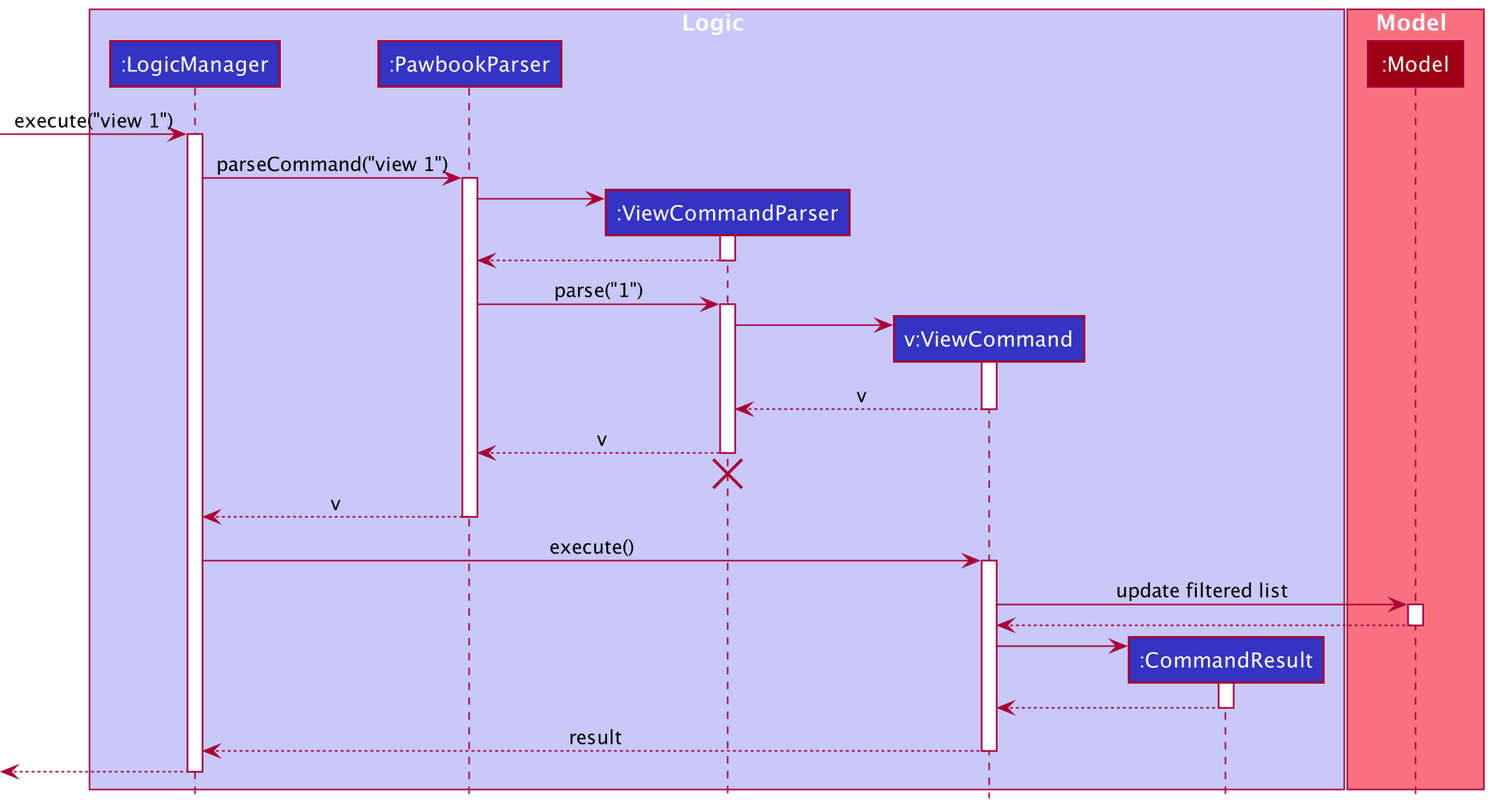
nus-cs2103-AY2021S2/tp keeps this PlantUML diagram as docs/images/ViewSequenceDiagram.png. Above is the earlier version.
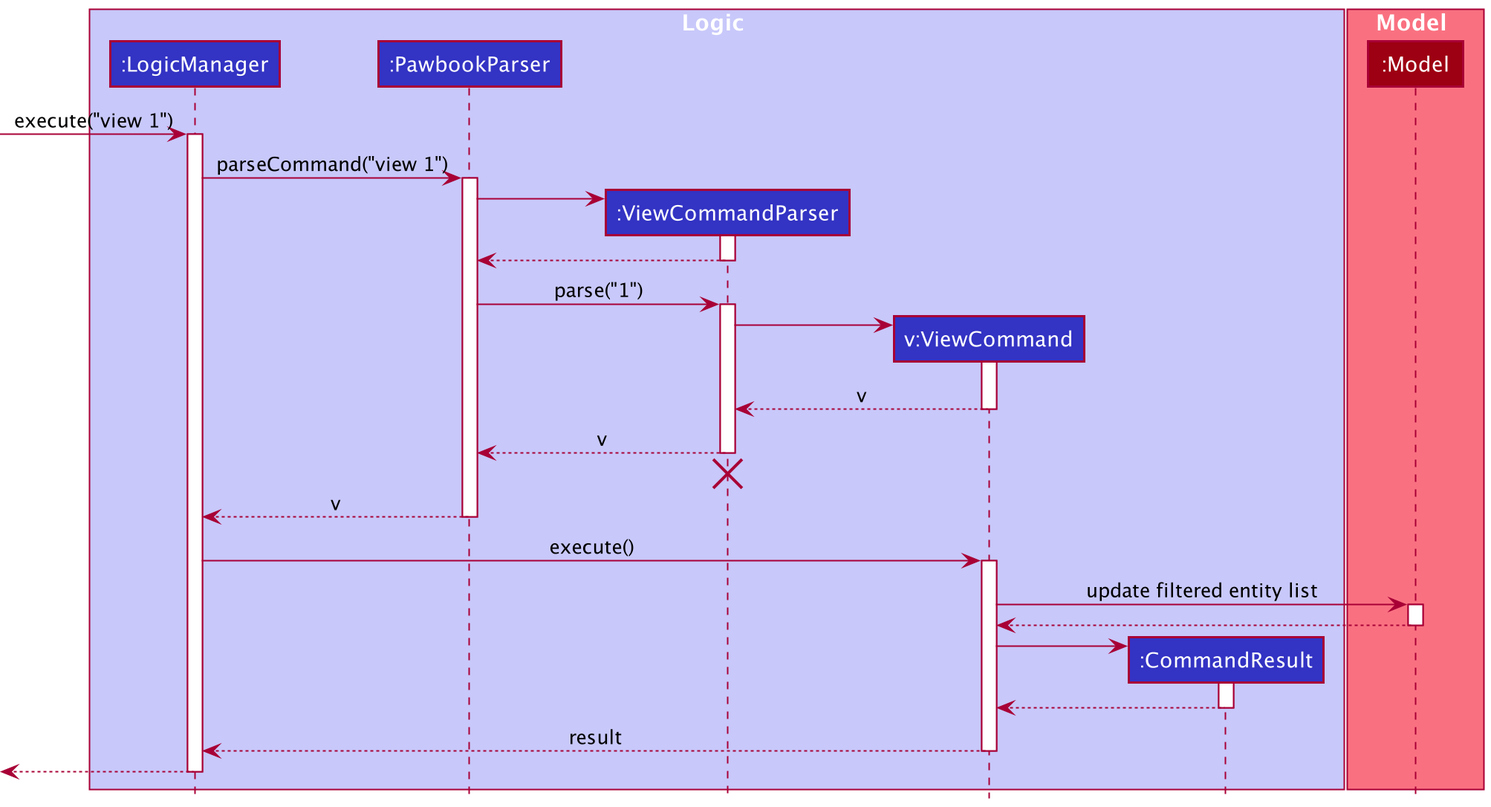
After the commit.

Commit message:
Complete FindSequenceDiagram description

The edit, as a diff of the source:
```diff
@@ -47,7 +47,7 @@
 LogicManager -> ViewCommand : execute()
 activate ViewCommand
 
-ViewCommand -> Model : update filtered list
+ViewCommand -> Model : update filtered entity list
 activate Model
 
 Model --> ViewCommand
```
